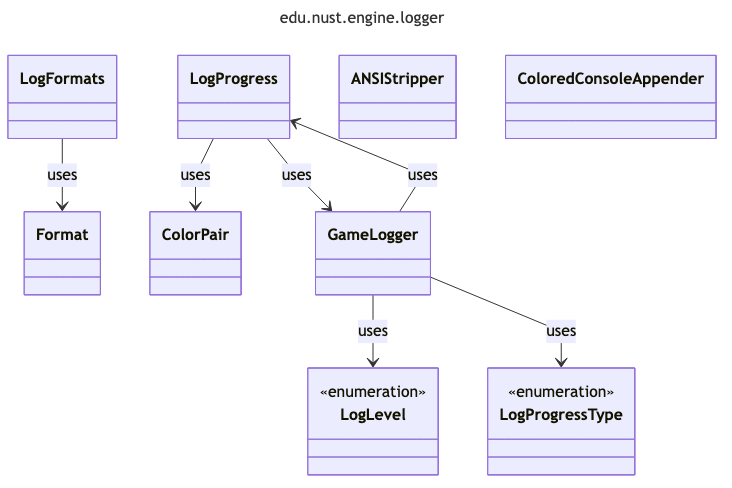
Before: uml/generated/png/package_edu_nust_engine_logger.png, a diagram exported from Mermaid (zombie-zero-nust/zombie-zero). Its source is kept beside it as uml/generated/mmd/package_edu_nust_engine_logger.mmd. Source of this version:
```mermaid
---
title: edu.nust.engine.logger
config:
  look: classic
  layout: dagre
  flowchart:
    curve: linear
  class:
    defaultRenderer: dagre-wrapper
---
classDiagram
class LogFormats
class Format
class LogProgressType <<enumeration>>
class LogLevel <<enumeration>>
class ColorPair
class LogProgress
class GameLogger
class ANSIStripper
class ColoredConsoleAppender
GameLogger --> LogProgress : uses
GameLogger --> LogLevel : uses
GameLogger --> LogProgressType : uses
LogProgress --> ColorPair : uses
LogProgress --> GameLogger : uses
LogFormats --> Format : uses
```
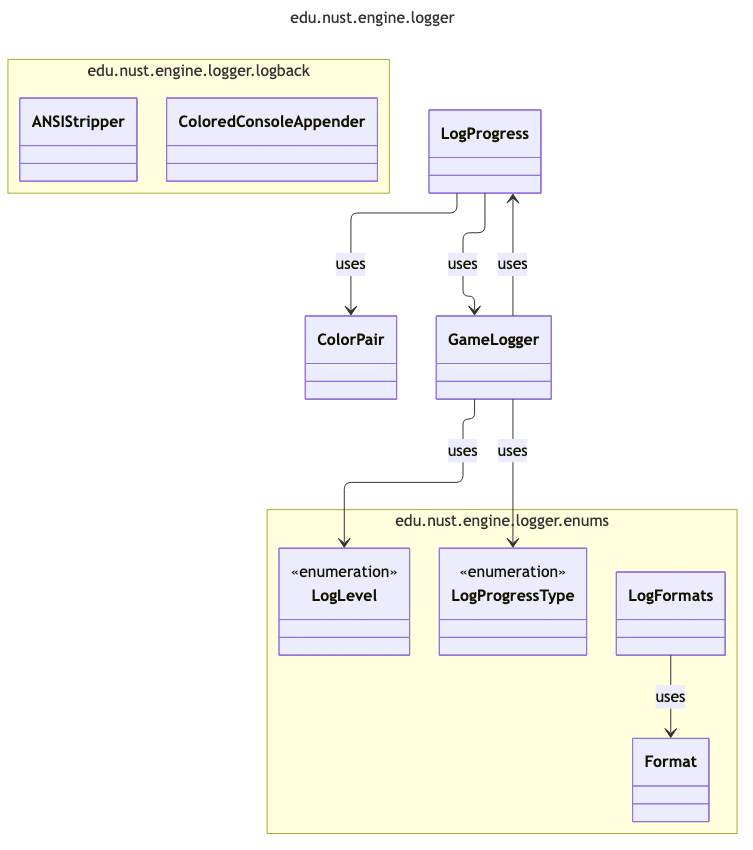
After the change.

The edit, as a diff of the source:
```diff
@@ -2,22 +2,26 @@
 title: edu.nust.engine.logger
 config:
   look: classic
-  layout: dagre
+  layout: elk
   flowchart:
     curve: linear
   class:
     defaultRenderer: dagre-wrapper
 ---
 classDiagram
-class LogFormats
-class Format
-class LogProgressType <<enumeration>>
-class LogLevel <<enumeration>>
-class ColorPair
-class LogProgress
-class GameLogger
-class ANSIStripper
-class ColoredConsoleAppender
+  class GameLogger
+  class ColorPair
+  class LogProgress
+namespace edu.nust.engine.logger.enums {
+  class LogFormats
+  class Format
+  class LogLevel <<enumeration>>
+  class LogProgressType <<enumeration>>
+}
+namespace edu.nust.engine.logger.logback {
+  class ANSIStripper
+  class ColoredConsoleAppender
+}
 GameLogger --> LogProgress : uses
 GameLogger --> LogLevel : uses
 GameLogger --> LogProgressType : uses
```
